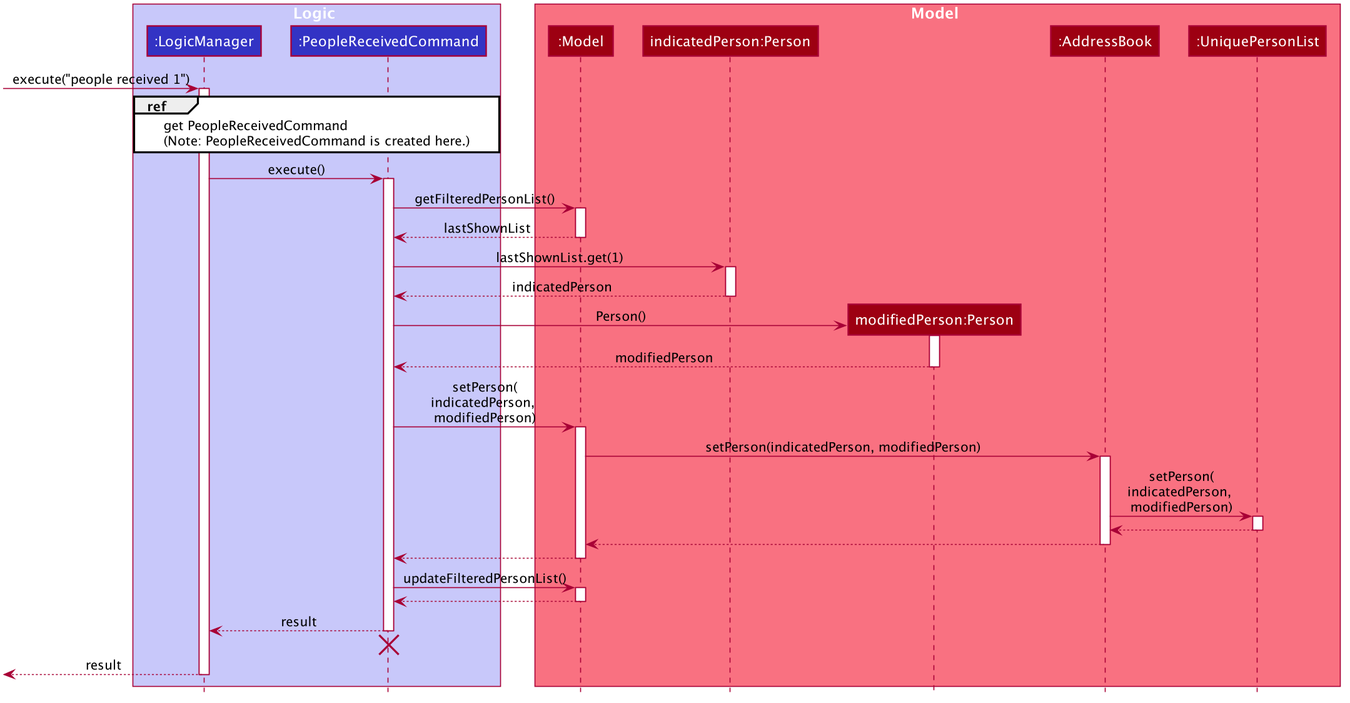
syinyichen/main keeps this PlantUML diagram as docs/images/ReceivedSequenceDiagram.png. Above is the earlier version.
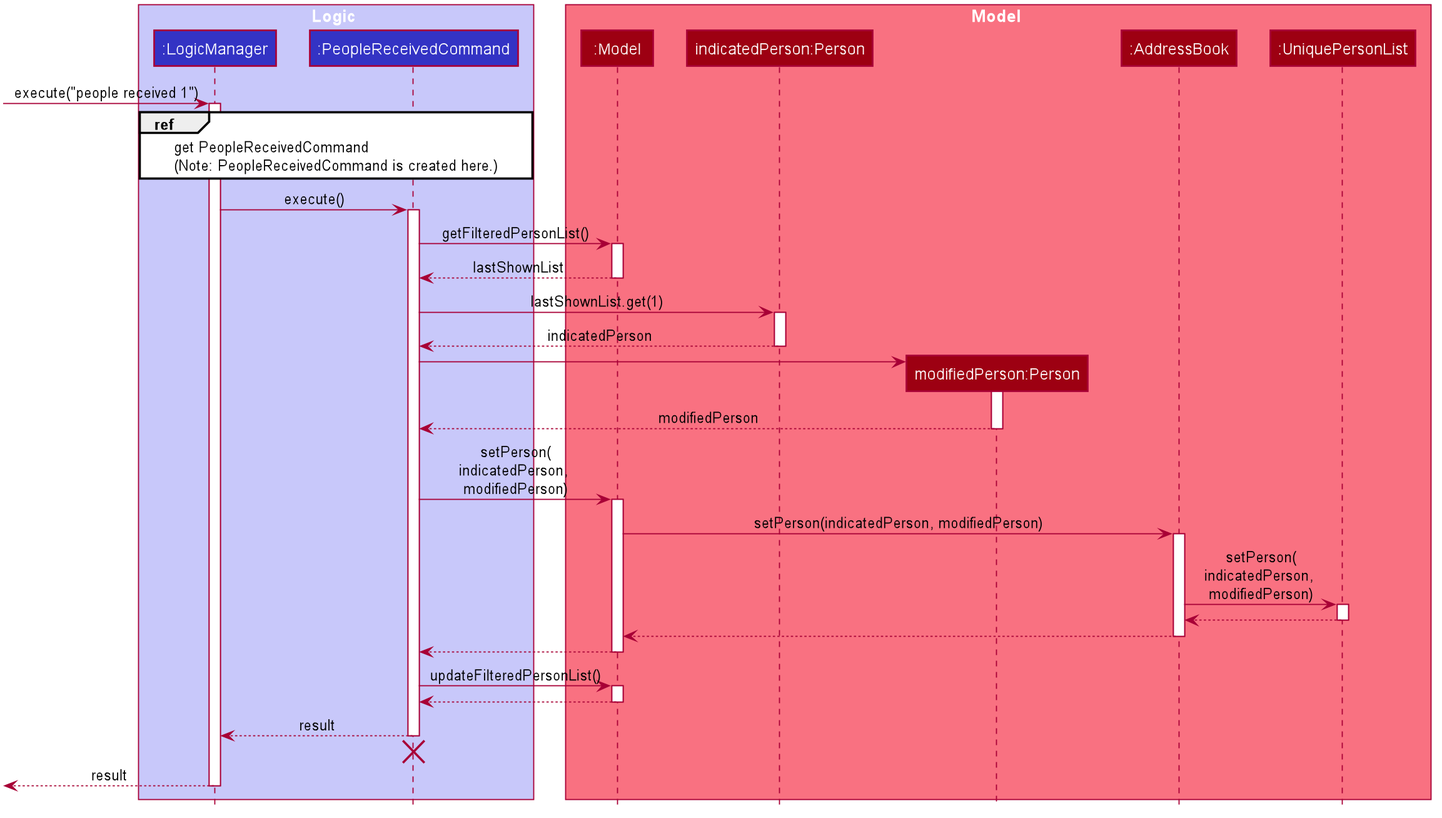
Above is the later version.

Commit message:
Edit received sequence diagram

Diff of the diagram source:
```diff
@@ -87,7 +87,7 @@
 deactivate indicatedPerson
 
 create modifiedPerson
-PeopleReceivedCommand -> modifiedPerson : Person()
+PeopleReceivedCommand -> modifiedPerson
 activate modifiedPerson
 
 modifiedPerson --> PeopleReceivedCommand : modifiedPerson
```
